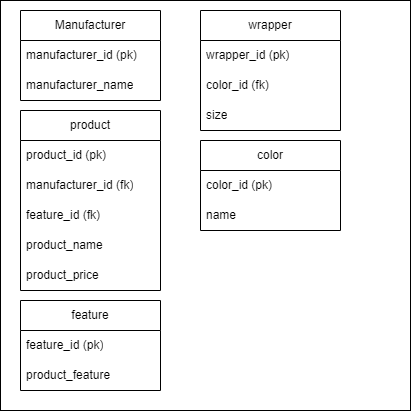
This is er-diagram.png from solidus66/BD_confectionery, a draw.io export, as it was before one commit. Source tidied: cells renumbered, new cells last; positions are measured from the earlier drawing's top-left corner, leaving out a move shared by most shapes. Its diagram source:
```xml
<mxGraphModel>
  <root>
    <mxCell id="0" />
    <mxCell id="1" parent="0" />
    <mxCell id="2" style="whiteSpace=wrap;html=1;" parent="1" vertex="1">
      <mxGeometry width="410" height="410" as="geometry" />
    </mxCell>
    <mxCell id="3" value="product" style="swimlane;fontStyle=0;horizontal=1;startSize=30;whiteSpace=wrap;html=1;" parent="1" vertex="1">
      <mxGeometry x="20" y="110" width="140" height="180" as="geometry" />
    </mxCell>
    <mxCell id="4" value="product_id (pk)" style="text;strokeColor=none;fillColor=none;align=left;verticalAlign=middle;spacingLeft=4;spacingRight=4;overflow=hidden;whiteSpace=wrap;html=1;" parent="3" vertex="1">
      <mxGeometry y="30" width="140" height="30" as="geometry" />
    </mxCell>
    <mxCell id="5" value="manufacturer_id (fk)" style="text;strokeColor=none;fillColor=none;align=left;verticalAlign=middle;spacingLeft=4;spacingRight=4;overflow=hidden;whiteSpace=wrap;html=1;" parent="3" vertex="1">
      <mxGeometry y="60" width="140" height="30" as="geometry" />
    </mxCell>
    <mxCell id="6" value="feature_id (fk)" style="text;strokeColor=none;fillColor=none;align=left;verticalAlign=middle;spacingLeft=4;spacingRight=4;overflow=hidden;whiteSpace=wrap;html=1;" parent="3" vertex="1">
      <mxGeometry y="90" width="140" height="30" as="geometry" />
    </mxCell>
    <mxCell id="7" value="product_name" style="text;strokeColor=none;fillColor=none;align=left;verticalAlign=middle;spacingLeft=4;spacingRight=4;overflow=hidden;whiteSpace=wrap;html=1;" parent="3" vertex="1">
      <mxGeometry y="120" width="140" height="30" as="geometry" />
    </mxCell>
    <mxCell id="8" value="product_price" style="text;strokeColor=none;fillColor=none;align=left;verticalAlign=middle;spacingLeft=4;spacingRight=4;overflow=hidden;whiteSpace=wrap;html=1;" parent="3" vertex="1">
      <mxGeometry y="150" width="140" height="30" as="geometry" />
    </mxCell>
    <mxCell id="9" value="Manufacturer" style="swimlane;fontStyle=0;horizontal=1;startSize=30;whiteSpace=wrap;html=1;" parent="1" vertex="1">
      <mxGeometry x="20" y="10" width="140" height="90" as="geometry" />
    </mxCell>
    <mxCell id="10" value="manufacturer_id (pk)" style="text;strokeColor=none;fillColor=none;align=left;verticalAlign=middle;spacingLeft=4;spacingRight=4;overflow=hidden;whiteSpace=wrap;html=1;" parent="9" vertex="1">
      <mxGeometry y="30" width="140" height="30" as="geometry" />
    </mxCell>
    <mxCell id="11" value="manufacturer_name" style="text;strokeColor=none;fillColor=none;align=left;verticalAlign=middle;spacingLeft=4;spacingRight=4;overflow=hidden;whiteSpace=wrap;html=1;" parent="9" vertex="1">
      <mxGeometry y="60" width="140" height="30" as="geometry" />
    </mxCell>
    <mxCell id="12" value="wrapper" style="swimlane;fontStyle=0;horizontal=1;startSize=30;whiteSpace=wrap;html=1;" parent="1" vertex="1">
      <mxGeometry x="200" y="10" width="140" height="120" as="geometry" />
    </mxCell>
    <mxCell id="13" value="wrapper_id (pk)" style="text;strokeColor=none;fillColor=none;align=left;verticalAlign=middle;spacingLeft=4;spacingRight=4;overflow=hidden;whiteSpace=wrap;html=1;" parent="12" vertex="1">
      <mxGeometry y="30" width="140" height="30" as="geometry" />
    </mxCell>
    <mxCell id="14" value="color_id (fk)" style="text;strokeColor=none;fillColor=none;align=left;verticalAlign=middle;spacingLeft=4;spacingRight=4;overflow=hidden;whiteSpace=wrap;html=1;" parent="12" vertex="1">
      <mxGeometry y="60" width="140" height="30" as="geometry" />
    </mxCell>
    <mxCell id="15" value="size" style="text;strokeColor=none;fillColor=none;align=left;verticalAlign=middle;spacingLeft=4;spacingRight=4;overflow=hidden;whiteSpace=wrap;html=1;" parent="12" vertex="1">
      <mxGeometry y="90" width="140" height="30" as="geometry" />
    </mxCell>
    <mxCell id="16" value="color" style="swimlane;fontStyle=0;horizontal=1;startSize=30;whiteSpace=wrap;html=1;" parent="1" vertex="1">
      <mxGeometry x="200" y="140" width="140" height="90" as="geometry" />
    </mxCell>
    <mxCell id="17" value="color_id (pk)" style="text;strokeColor=none;fillColor=none;align=left;verticalAlign=middle;spacingLeft=4;spacingRight=4;overflow=hidden;whiteSpace=wrap;html=1;" parent="16" vertex="1">
      <mxGeometry y="30" width="140" height="30" as="geometry" />
    </mxCell>
    <mxCell id="18" value="name" style="text;strokeColor=none;fillColor=none;align=left;verticalAlign=middle;spacingLeft=4;spacingRight=4;overflow=hidden;whiteSpace=wrap;html=1;" parent="16" vertex="1">
      <mxGeometry y="60" width="140" height="30" as="geometry" />
    </mxCell>
    <mxCell id="19" value="feature" style="swimlane;fontStyle=0;horizontal=1;startSize=30;whiteSpace=wrap;html=1;" parent="1" vertex="1">
      <mxGeometry x="20" y="300" width="140" height="90" as="geometry" />
    </mxCell>
    <mxCell id="20" value="feature_id (pk)" style="text;strokeColor=none;fillColor=none;align=left;verticalAlign=middle;spacingLeft=4;spacingRight=4;overflow=hidden;whiteSpace=wrap;html=1;" parent="19" vertex="1">
      <mxGeometry y="30" width="140" height="30" as="geometry" />
    </mxCell>
    <mxCell id="21" value="product_feature" style="text;strokeColor=none;fillColor=none;align=left;verticalAlign=middle;spacingLeft=4;spacingRight=4;overflow=hidden;whiteSpace=wrap;html=1;" parent="19" vertex="1">
      <mxGeometry y="60" width="140" height="30" as="geometry" />
    </mxCell>
  </root>
</mxGraphModel>
```
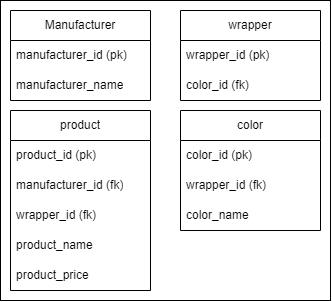
The same diagram one commit later.

The edit, as a diff of the source:
```diff
@@ -3,7 +3,7 @@
     <mxCell id="0" />
     <mxCell id="1" parent="0" />
     <mxCell id="2" style="whiteSpace=wrap;html=1;" parent="1" vertex="1">
-      <mxGeometry width="410" height="410" as="geometry" />
+      <mxGeometry x="10" width="330" height="300" as="geometry" />
     </mxCell>
     <mxCell id="3" value="product" style="swimlane;fontStyle=0;horizontal=1;startSize=30;whiteSpace=wrap;html=1;" parent="1" vertex="1">
       <mxGeometry x="20" y="110" width="140" height="180" as="geometry" />
@@ -14,7 +14,7 @@
     <mxCell id="5" value="manufacturer_id (fk)" style="text;strokeColor=none;fillColor=none;align=left;verticalAlign=middle;spacingLeft=4;spacingRight=4;overflow=hidden;whiteSpace=wrap;html=1;" parent="3" vertex="1">
       <mxGeometry y="60" width="140" height="30" as="geometry" />
     </mxCell>
-    <mxCell id="6" value="feature_id (fk)" style="text;strokeColor=none;fillColor=none;align=left;verticalAlign=middle;spacingLeft=4;spacingRight=4;overflow=hidden;whiteSpace=wrap;html=1;" parent="3" vertex="1">
+    <mxCell id="6" value="wrapper_id (fk)" style="text;strokeColor=none;fillColor=none;align=left;verticalAlign=middle;spacingLeft=4;spacingRight=4;overflow=hidden;whiteSpace=wrap;html=1;" parent="3" vertex="1">
       <mxGeometry y="90" width="140" height="30" as="geometry" />
     </mxCell>
     <mxCell id="7" value="product_name" style="text;strokeColor=none;fillColor=none;align=left;verticalAlign=middle;spacingLeft=4;spacingRight=4;overflow=hidden;whiteSpace=wrap;html=1;" parent="3" vertex="1">
@@ -33,7 +33,7 @@
       <mxGeometry y="60" width="140" height="30" as="geometry" />
     </mxCell>
     <mxCell id="12" value="wrapper" style="swimlane;fontStyle=0;horizontal=1;startSize=30;whiteSpace=wrap;html=1;" parent="1" vertex="1">
-      <mxGeometry x="200" y="10" width="140" height="120" as="geometry" />
+      <mxGeometry x="190" y="10" width="140" height="90" as="geometry" />
     </mxCell>
     <mxCell id="13" value="wrapper_id (pk)" style="text;strokeColor=none;fillColor=none;align=left;verticalAlign=middle;spacingLeft=4;spacingRight=4;overflow=hidden;whiteSpace=wrap;html=1;" parent="12" vertex="1">
       <mxGeometry y="30" width="140" height="30" as="geometry" />
@@ -41,26 +41,17 @@
     <mxCell id="14" value="color_id (fk)" style="text;strokeColor=none;fillColor=none;align=left;verticalAlign=middle;spacingLeft=4;spacingRight=4;overflow=hidden;whiteSpace=wrap;html=1;" parent="12" vertex="1">
       <mxGeometry y="60" width="140" height="30" as="geometry" />
     </mxCell>
-    <mxCell id="15" value="size" style="text;strokeColor=none;fillColor=none;align=left;verticalAlign=middle;spacingLeft=4;spacingRight=4;overflow=hidden;whiteSpace=wrap;html=1;" parent="12" vertex="1">
-      <mxGeometry y="90" width="140" height="30" as="geometry" />
-    </mxCell>
     <mxCell id="16" value="color" style="swimlane;fontStyle=0;horizontal=1;startSize=30;whiteSpace=wrap;html=1;" parent="1" vertex="1">
-      <mxGeometry x="200" y="140" width="140" height="90" as="geometry" />
+      <mxGeometry x="190" y="110" width="140" height="120" as="geometry" />
     </mxCell>
     <mxCell id="17" value="color_id (pk)" style="text;strokeColor=none;fillColor=none;align=left;verticalAlign=middle;spacingLeft=4;spacingRight=4;overflow=hidden;whiteSpace=wrap;html=1;" parent="16" vertex="1">
       <mxGeometry y="30" width="140" height="30" as="geometry" />
     </mxCell>
+    <mxCell id="22" value="wrapper_id (fk)" style="text;strokeColor=none;fillColor=none;align=left;verticalAlign=middle;spacingLeft=4;spacingRight=4;overflow=hidden;whiteSpace=wrap;html=1;" parent="16" vertex="1">
+      <mxGeometry y="60" width="140" height="30" as="geometry" />
+    </mxCell>
-    <mxCell id="18" value="name" style="text;strokeColor=none;fillColor=none;align=left;verticalAlign=middle;spacingLeft=4;spacingRight=4;overflow=hidden;whiteSpace=wrap;html=1;" parent="16" vertex="1">
-      <mxGeometry y="60" width="140" height="30" as="geometry" />
+    <mxCell id="18" value="color_name" style="text;strokeColor=none;fillColor=none;align=left;verticalAlign=middle;spacingLeft=4;spacingRight=4;overflow=hidden;whiteSpace=wrap;html=1;" parent="16" vertex="1">
+      <mxGeometry y="90" width="140" height="30" as="geometry" />
     </mxCell>
-    <mxCell id="19" value="feature" style="swimlane;fontStyle=0;horizontal=1;startSize=30;whiteSpace=wrap;html=1;" parent="1" vertex="1">
-      <mxGeometry x="20" y="300" width="140" height="90" as="geometry" />
-    </mxCell>
-    <mxCell id="20" value="feature_id (pk)" style="text;strokeColor=none;fillColor=none;align=left;verticalAlign=middle;spacingLeft=4;spacingRight=4;overflow=hidden;whiteSpace=wrap;html=1;" parent="19" vertex="1">
-      <mxGeometry y="30" width="140" height="30" as="geometry" />
-    </mxCell>
-    <mxCell id="21" value="product_feature" style="text;strokeColor=none;fillColor=none;align=left;verticalAlign=middle;spacingLeft=4;spacingRight=4;overflow=hidden;whiteSpace=wrap;html=1;" parent="19" vertex="1">
-      <mxGeometry y="60" width="140" height="30" as="geometry" />
-    </mxCell>
   </root>
 </mxGraphModel>
```
